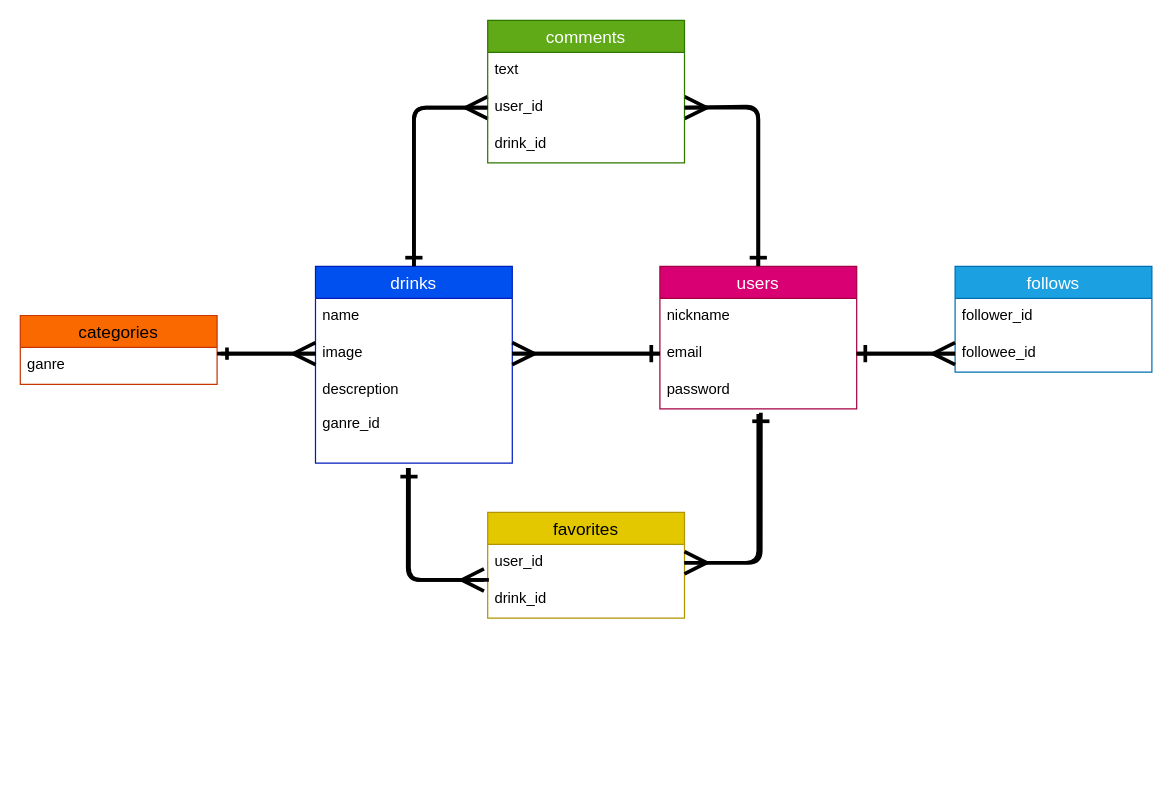
The draw.io diagram test.dio in t08mac23/albeva-38766, before the edit. Source tidied: cells renumbered, new cells numbered last; positions are measured from the earlier drawing's top-left corner, leaving out a move shared by most shapes. Both pictures are drawn from the tidied source at 123%, with x=0, y=0 at pixel (20, 20).
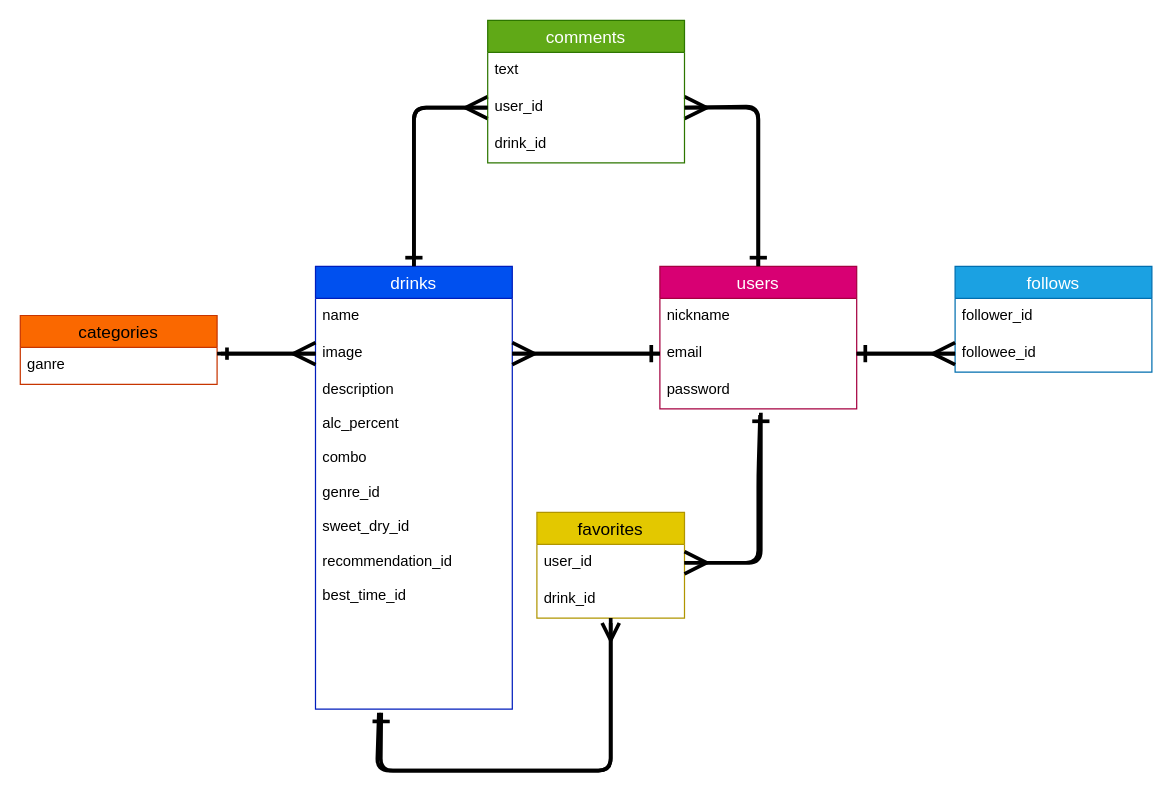
The same page after the edit.

The change refers to these unchanged cells:
```xml
<mxCell id="14" value="password" style="text;strokeColor=none;fillColor=none;spacingLeft=4;spacingRight=4;overflow=hidden;points=[[0,0.5],[1,0.5]];portConstraint=eastwest;fontSize=12;" parent="11" vertex="1">
  <mxGeometry y="86" width="160" height="30" as="geometry" />
</mxCell>
```

Change to the diagram source:
```diff
@@
     <mxCell id="3" value="drinks" style="swimlane;fontStyle=0;horizontal=1;startSize=26;align=center;fontSize=14;fillColor=#0050ef;fontColor=#ffffff;strokeColor=#001DBC;" parent="1" vertex="1">
-      <mxGeometry x="240" y="200" width="160" height="160" as="geometry" />
+      <mxGeometry x="240" y="200" width="160" height="360" as="geometry" />
     </mxCell>
@@
-    <mxCell id="6" value="descreption&#10;&#10;ganre_id" style="text;strokeColor=none;fillColor=none;spacingLeft=4;spacingRight=4;overflow=hidden;points=[[0,0.5],[1,0.5]];portConstraint=eastwest;fontSize=12;" parent="3" vertex="1">
-      <mxGeometry y="86" width="160" height="74" as="geometry" />
+    <mxCell id="6" value="description&#10;&#10;alc_percent&#10;&#10;combo&#10;&#10;genre_id&#10;&#10;sweet_dry_id&#10;&#10;recommendation_id&#10;&#10;best_time_id&#10;" style="text;strokeColor=none;fillColor=none;spacingLeft=4;spacingRight=4;overflow=hidden;points=[[0,0.5],[1,0.5]];portConstraint=eastwest;fontSize=12;" parent="3" vertex="1">
+      <mxGeometry y="86" width="160" height="274" as="geometry" />
     </mxCell>
     <mxCell id="7" value="favorites" style="swimlane;fontStyle=0;horizontal=1;startSize=26;align=center;fontSize=14;fillColor=#e3c800;fontColor=#000000;strokeColor=#B09500;" parent="1" vertex="1">
-      <mxGeometry x="380" y="400" width="160" height="86" as="geometry" />
+      <mxGeometry x="420" y="400" width="120" height="86" as="geometry" />
     </mxCell>
     <mxCell id="8" value="user_id" style="text;strokeColor=none;fillColor=none;spacingLeft=4;spacingRight=4;overflow=hidden;points=[[0,0.5],[1,0.5]];portConstraint=eastwest;fontSize=12;" parent="7" vertex="1">
-      <mxGeometry y="26" width="160" height="30" as="geometry" />
+      <mxGeometry y="26" width="120" height="30" as="geometry" />
     </mxCell>
     <mxCell id="9" value="drink_id" style="text;strokeColor=none;fillColor=none;spacingLeft=4;spacingRight=4;overflow=hidden;points=[[0,0.5],[1,0.5]];portConstraint=eastwest;fontSize=12;" parent="7" vertex="1">
-      <mxGeometry y="56" width="160" height="30" as="geometry" />
+      <mxGeometry y="56" width="120" height="30" as="geometry" />
     </mxCell>
@@
-    <mxCell id="28" style="edgeStyle=none;html=1;entryX=0.475;entryY=1.054;entryDx=0;entryDy=0;entryPerimeter=0;endArrow=ERone;endFill=0;strokeWidth=3;exitX=0.006;exitY=0.967;exitDx=0;exitDy=0;exitPerimeter=0;endSize=10;" parent="1" edge="1" source="8" target="6">
-      <mxGeometry relative="1" as="geometry">
-        <Array as="points">
-          <mxPoint x="316" y="455" />
-        </Array>
-      </mxGeometry>
-    </mxCell>
@@
-    <mxCell id="31" style="edgeStyle=none;html=1;entryX=1;entryY=0.5;entryDx=0;entryDy=0;endArrow=ERmany;endFill=0;endSize=14;strokeWidth=3;" parent="1" edge="1" target="8">
+    <mxCell id="31" style="edgeStyle=none;html=1;entryX=1;entryY=0.5;entryDx=0;entryDy=0;endArrow=ERmany;endFill=0;endSize=14;strokeWidth=3;exitX=0.509;exitY=1.167;exitDx=0;exitDy=0;exitPerimeter=0;" parent="1" edge="1" source="14" target="8">
       <mxGeometry relative="1" as="geometry">
-        <mxPoint x="600" y="320" as="sourcePoint" />
         <Array as="points">
+          <mxPoint x="600" y="370" />
           <mxPoint x="600" y="441" />
         </Array>
       </mxGeometry>
     </mxCell>
@@
-    <mxCell id="33" style="edgeStyle=none;html=1;endArrow=ERmany;endFill=0;endSize=14;strokeWidth=3;exitX=0.469;exitY=1.054;exitDx=0;exitDy=0;exitPerimeter=0;entryX=-0.019;entryY=0.967;entryDx=0;entryDy=0;entryPerimeter=0;" parent="1" edge="1" source="6" target="8">
-      <mxGeometry relative="1" as="geometry">
-        <Array as="points">
-          <mxPoint x="315" y="455" />
-        </Array>
-      </mxGeometry>
-    </mxCell>
@@
+    <mxCell id="36" style="edgeStyle=none;html=1;entryX=0.334;entryY=1.011;entryDx=0;entryDy=0;entryPerimeter=0;strokeWidth=3;targetPerimeterSpacing=6;endArrow=ERone;endFill=0;endSize=10;" parent="1" edge="1" source="9" target="6">
+      <mxGeometry relative="1" as="geometry">
+        <Array as="points">
+          <mxPoint x="480" y="610" />
+          <mxPoint x="380" y="610" />
+          <mxPoint x="293" y="610" />
+        </Array>
+      </mxGeometry>
+    </mxCell>
+    <mxCell id="37" style="edgeStyle=none;html=1;endArrow=ERmany;endFill=0;endSize=10;targetPerimeterSpacing=5;strokeWidth=3;startSize=6;sourcePerimeterSpacing=0;exitX=0.322;exitY=1.011;exitDx=0;exitDy=0;exitPerimeter=0;" parent="1" edge="1" source="6">
+      <mxGeometry relative="1" as="geometry">
+        <mxPoint x="480" y="490" as="targetPoint" />
+        <Array as="points">
+          <mxPoint x="290" y="610" />
+          <mxPoint x="400" y="610" />
+          <mxPoint x="480" y="610" />
+        </Array>
+      </mxGeometry>
+    </mxCell>
```
